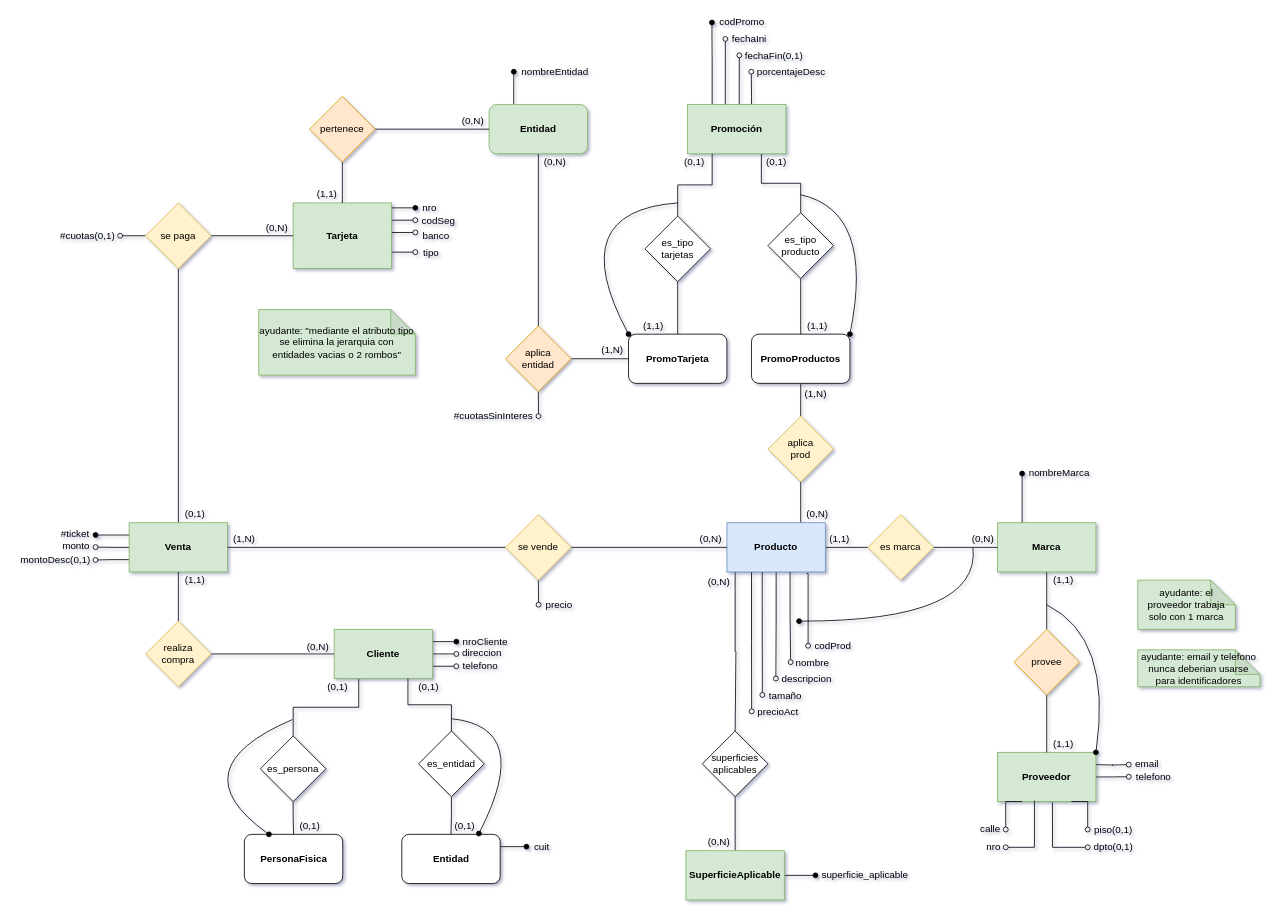
Before: BD/p1/BD - Práctica 1 - Ej 11 - Lógico.drawio in sergiocld99/unlp-tramo-final, a draw.io diagram. Source tidied: cells renumbered, new cells numbered last; positions are measured from the earlier drawing's top-left corner, leaving out a move shared by most shapes. Both pictures are drawn from the tidied source at 82%, with x=0, y=0 at pixel (14, 14).
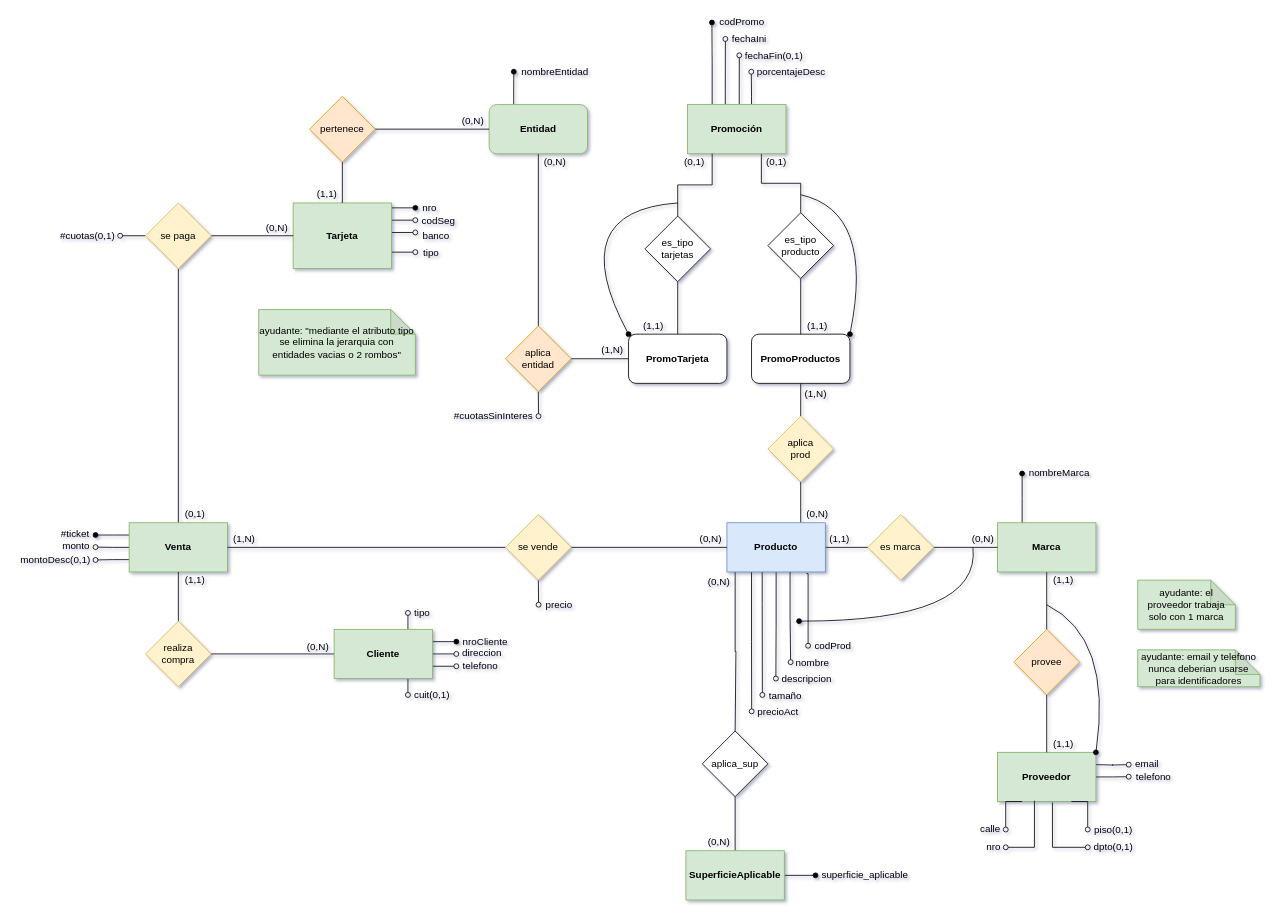
Above is the later version.

Unchanged cells that the change refers to:
```xml
<mxCell id="41" value="Cliente" style="rounded=0;whiteSpace=wrap;html=1;fontStyle=1;fillColor=#d5e8d4;strokeColor=#82b366;" parent="1" vertex="1">
  <mxGeometry x="390" y="750" width="120" height="60" as="geometry" />
</mxCell>
```

Diff of the diagram source:
```diff
@@
-    <mxCell id="40" style="edgeStyle=orthogonalEdgeStyle;rounded=0;jettySize=auto;html=1;exitX=0.25;exitY=1;exitDx=0;exitDy=0;entryX=0.5;entryY=0;entryDx=0;entryDy=0;endArrow=none;endFill=0;" parent="1" edge="1" source="41" target="125">
-      <mxGeometry relative="1" as="geometry" />
-    </mxCell>
+    <mxCell id="153" style="edgeStyle=orthogonalEdgeStyle;rounded=0;jettySize=auto;html=1;exitX=0.75;exitY=1;exitDx=0;exitDy=0;endArrow=oval;endFill=0;" parent="1" edge="1" source="41">
+      <mxGeometry relative="1" as="geometry">
+        <mxPoint x="480" y="830" as="targetPoint" />
+      </mxGeometry>
+    </mxCell>
+    <mxCell id="154" style="edgeStyle=orthogonalEdgeStyle;rounded=0;jettySize=auto;html=1;exitX=0.75;exitY=0;exitDx=0;exitDy=0;endArrow=oval;endFill=0;" parent="1" edge="1" source="41">
+      <mxGeometry relative="1" as="geometry">
+        <mxPoint x="480" y="730" as="targetPoint" />
+      </mxGeometry>
+    </mxCell>
@@
-    <mxCell id="44" value="PersonaFisica" style="rounded=1;whiteSpace=wrap;html=1;fontStyle=1;" parent="1" vertex="1">
-      <mxGeometry x="280.5" y="1000" width="120" height="60" as="geometry" />
-    </mxCell>
-    <mxCell id="45" style="edgeStyle=orthogonalEdgeStyle;rounded=0;jettySize=auto;html=1;exitX=1;exitY=0.25;exitDx=0;exitDy=0;endArrow=oval;endFill=1;" parent="1" edge="1" source="46">
-      <mxGeometry relative="1" as="geometry">
-        <mxPoint x="624.5" y="1015" as="targetPoint" />
-      </mxGeometry>
-    </mxCell>
-    <mxCell id="46" value="Entidad" style="rounded=1;whiteSpace=wrap;html=1;fontStyle=1;" parent="1" vertex="1">
-      <mxGeometry x="472.5" y="1000" width="120" height="60" as="geometry" />
-    </mxCell>
@@
-    <mxCell id="95" value="cuit" style="text;html=1;align=center;verticalAlign=middle;strokeColor=none;fillColor=none;" parent="1" vertex="1">
-      <mxGeometry x="627.5" y="1005" width="30" height="20" as="geometry" />
+    <mxCell id="95" value="cuit(0,1)" style="text;html=1;align=center;verticalAlign=middle;strokeColor=none;fillColor=none;" parent="1" vertex="1">
+      <mxGeometry x="479" y="820" width="60" height="20" as="geometry" />
     </mxCell>
@@
-    <mxCell id="124" style="edgeStyle=orthogonalEdgeStyle;rounded=0;jettySize=auto;html=1;exitX=0.5;exitY=1;exitDx=0;exitDy=0;entryX=0.5;entryY=0;entryDx=0;entryDy=0;endArrow=none;endFill=0;" parent="1" edge="1" source="125" target="44">
-      <mxGeometry relative="1" as="geometry" />
-    </mxCell>
-    <mxCell id="125" value="es_persona" style="rhombus;whiteSpace=wrap;html=1;" parent="1" vertex="1">
-      <mxGeometry x="300" y="880" width="80" height="80" as="geometry" />
-    </mxCell>
-    <mxCell id="126" style="edgeStyle=orthogonalEdgeStyle;rounded=0;jettySize=auto;html=1;exitX=0.5;exitY=0;exitDx=0;exitDy=0;entryX=0.75;entryY=1;entryDx=0;entryDy=0;endArrow=none;endFill=0;" parent="1" edge="1" source="128" target="41">
-      <mxGeometry relative="1" as="geometry" />
-    </mxCell>
-    <mxCell id="127" style="edgeStyle=orthogonalEdgeStyle;rounded=0;jettySize=auto;html=1;exitX=0.5;exitY=1;exitDx=0;exitDy=0;entryX=0.5;entryY=0;entryDx=0;entryDy=0;endArrow=none;endFill=0;" parent="1" edge="1" source="128" target="46">
-      <mxGeometry relative="1" as="geometry" />
-    </mxCell>
-    <mxCell id="128" value="es_entidad" style="rhombus;whiteSpace=wrap;html=1;" parent="1" vertex="1">
-      <mxGeometry x="493" y="874" width="80" height="80" as="geometry" />
-    </mxCell>
-    <mxCell id="129" value="(0,1)" style="text;html=1;align=center;verticalAlign=middle;strokeColor=none;fillColor=none;" parent="1" vertex="1">
-      <mxGeometry x="373.5" y="810" width="40" height="20" as="geometry" />
-    </mxCell>
-    <mxCell id="130" value="(0,1)" style="text;html=1;align=center;verticalAlign=middle;strokeColor=none;fillColor=none;" parent="1" vertex="1">
-      <mxGeometry x="484.5" y="810" width="40" height="20" as="geometry" />
-    </mxCell>
-    <mxCell id="131" value="(0,1)" style="text;html=1;align=center;verticalAlign=middle;strokeColor=none;fillColor=none;" parent="1" vertex="1">
-      <mxGeometry x="529" y="980" width="40" height="20" as="geometry" />
-    </mxCell>
-    <mxCell id="132" value="(0,1)" style="text;html=1;align=center;verticalAlign=middle;strokeColor=none;fillColor=none;" parent="1" vertex="1">
-      <mxGeometry x="340" y="980" width="40" height="20" as="geometry" />
-    </mxCell>
-    <mxCell id="133" style="curved=1;endArrow=oval;html=1;rounded=0;entryX=0.25;entryY=0;entryDx=0;entryDy=0;endFill=1;" parent="1" edge="1" target="44">
-      <mxGeometry relative="1" as="geometry">
-        <mxPoint x="339" y="860" as="sourcePoint" />
-        <Array as="points">
-          <mxPoint x="199" y="920" />
-        </Array>
-      </mxGeometry>
-    </mxCell>
-    <mxCell id="134" style="curved=1;endArrow=oval;html=1;rounded=0;entryX=0.75;entryY=0;entryDx=0;entryDy=0;endFill=1;" parent="1" edge="1">
-      <mxGeometry relative="1" as="geometry">
-        <mxPoint x="533" y="859" as="sourcePoint" />
-        <mxPoint x="566.5" y="999" as="targetPoint" />
-        <Array as="points">
-          <mxPoint x="633" y="869" />
-        </Array>
-      </mxGeometry>
-    </mxCell>
@@
-    <mxCell id="147" value="superficies&lt;br&gt;aplicables" style="rhombus;whiteSpace=wrap;html=1;" parent="1" vertex="1">
+    <mxCell id="147" value="aplica_sup" style="rhombus;whiteSpace=wrap;html=1;" parent="1" vertex="1">
       <mxGeometry x="839" y="874" width="80" height="80" as="geometry" />
     </mxCell>
@@
+    <mxCell id="155" value="tipo" style="text;html=1;align=center;verticalAlign=middle;strokeColor=none;fillColor=none;" parent="1" vertex="1">
+      <mxGeometry x="482" y="720" width="30" height="20" as="geometry" />
+    </mxCell>
```
